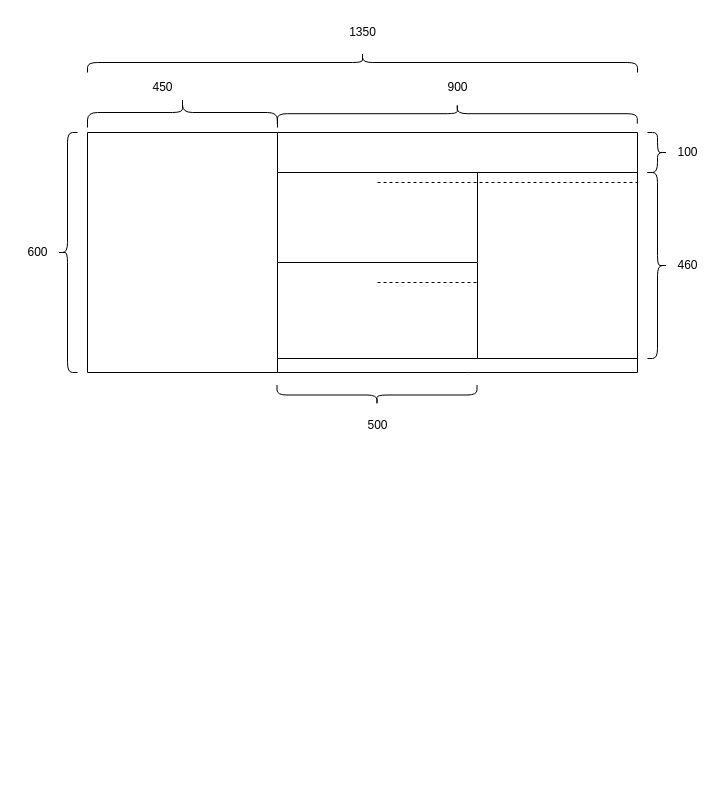
The draw.io diagram page "第 6 页" (6 of 6) of leveldb.drawio in liutimo/images_bed, before the edit. Source tidied: cells renumbered, new cells numbered last; positions are measured from the earlier drawing's top-left corner, leaving out a move shared by most shapes. Both pictures are drawn from the tidied source at 100%, with x=0, y=0 at pixel (17, -67).
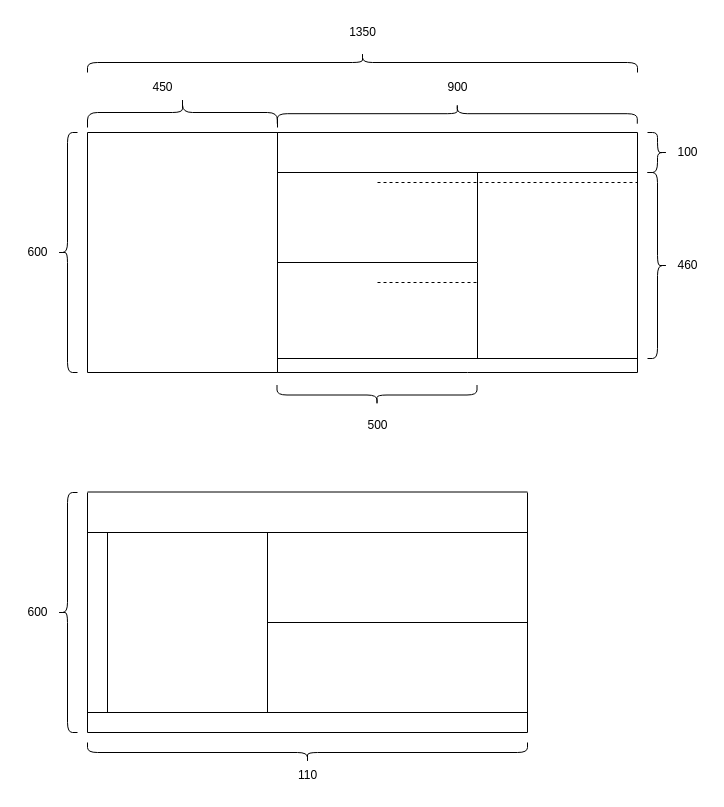
Above is the later version.

What changed in the source:
```diff
@@
+    <mxCell id="32" style="endArrow=none;html=1;rounded=0;" parent="1" edge="1">
+      <mxGeometry relative="1" as="geometry">
+        <mxPoint x="70" y="558.5" as="sourcePoint" />
+        <mxPoint x="510" y="558.5" as="targetPoint" />
+      </mxGeometry>
+    </mxCell>
+    <mxCell id="33" style="endArrow=none;html=1;rounded=0;" parent="1" edge="1">
+      <mxGeometry relative="1" as="geometry">
+        <mxPoint x="70" y="799" as="sourcePoint" />
+        <mxPoint x="510" y="799" as="targetPoint" />
+      </mxGeometry>
+    </mxCell>
+    <mxCell id="34" style="endArrow=none;html=1;rounded=0;" parent="1" edge="1">
+      <mxGeometry relative="1" as="geometry">
+        <mxPoint x="70" y="799" as="sourcePoint" />
+        <mxPoint x="70" y="559" as="targetPoint" />
+      </mxGeometry>
+    </mxCell>
+    <mxCell id="35" style="endArrow=none;html=1;rounded=0;" parent="1" edge="1">
+      <mxGeometry relative="1" as="geometry">
+        <mxPoint x="510" y="799" as="sourcePoint" />
+        <mxPoint x="510" y="559" as="targetPoint" />
+      </mxGeometry>
+    </mxCell>
+    <mxCell id="36" style="endArrow=none;html=1;rounded=0;" parent="1" edge="1">
+      <mxGeometry relative="1" as="geometry">
+        <mxPoint x="70" y="599" as="sourcePoint" />
+        <mxPoint x="510" y="599" as="targetPoint" />
+      </mxGeometry>
+    </mxCell>
+    <mxCell id="37" style="endArrow=none;html=1;rounded=0;" parent="1" edge="1">
+      <mxGeometry relative="1" as="geometry">
+        <mxPoint x="70" y="779" as="sourcePoint" />
+        <mxPoint x="510" y="779" as="targetPoint" />
+      </mxGeometry>
+    </mxCell>
+    <mxCell id="38" style="endArrow=none;html=1;rounded=0;" parent="1" edge="1">
+      <mxGeometry relative="1" as="geometry">
+        <mxPoint x="250" y="779" as="sourcePoint" />
+        <mxPoint x="250" y="599" as="targetPoint" />
+      </mxGeometry>
+    </mxCell>
+    <mxCell id="39" style="endArrow=none;html=1;rounded=0;" parent="1" edge="1">
+      <mxGeometry relative="1" as="geometry">
+        <mxPoint x="250" y="689" as="sourcePoint" />
+        <mxPoint x="510" y="689" as="targetPoint" />
+      </mxGeometry>
+    </mxCell>
+    <mxCell id="40" style="shape=curlyBracket;whiteSpace=wrap;html=1;rounded=1;labelPosition=left;verticalLabelPosition=middle;align=right;verticalAlign=middle;rotation=-90;" parent="1" vertex="1">
+      <mxGeometry x="280" y="599" width="20" height="440" as="geometry" />
+    </mxCell>
+    <mxCell id="41" value="110" style="text;html=1;align=center;verticalAlign=middle;strokeColor=none;fillColor=none;" parent="1" vertex="1">
+      <mxGeometry x="270" y="827" width="40" height="30" as="geometry" />
+    </mxCell>
+    <mxCell id="42" style="shape=curlyBracket;whiteSpace=wrap;html=1;rounded=1;labelPosition=left;verticalLabelPosition=middle;align=right;verticalAlign=middle;" parent="1" vertex="1">
+      <mxGeometry x="40" y="559" width="20" height="240" as="geometry" />
+    </mxCell>
+    <mxCell id="43" value="600" style="text;html=1;align=center;verticalAlign=middle;strokeColor=none;fillColor=none;" parent="1" vertex="1">
+      <mxGeometry y="664" width="40" height="30" as="geometry" />
+    </mxCell>
+    <mxCell id="44" style="endArrow=none;html=1;rounded=0;" parent="1" edge="1">
+      <mxGeometry relative="1" as="geometry">
+        <mxPoint x="90" y="779" as="sourcePoint" />
+        <mxPoint x="90" y="599" as="targetPoint" />
+      </mxGeometry>
+    </mxCell>
```
